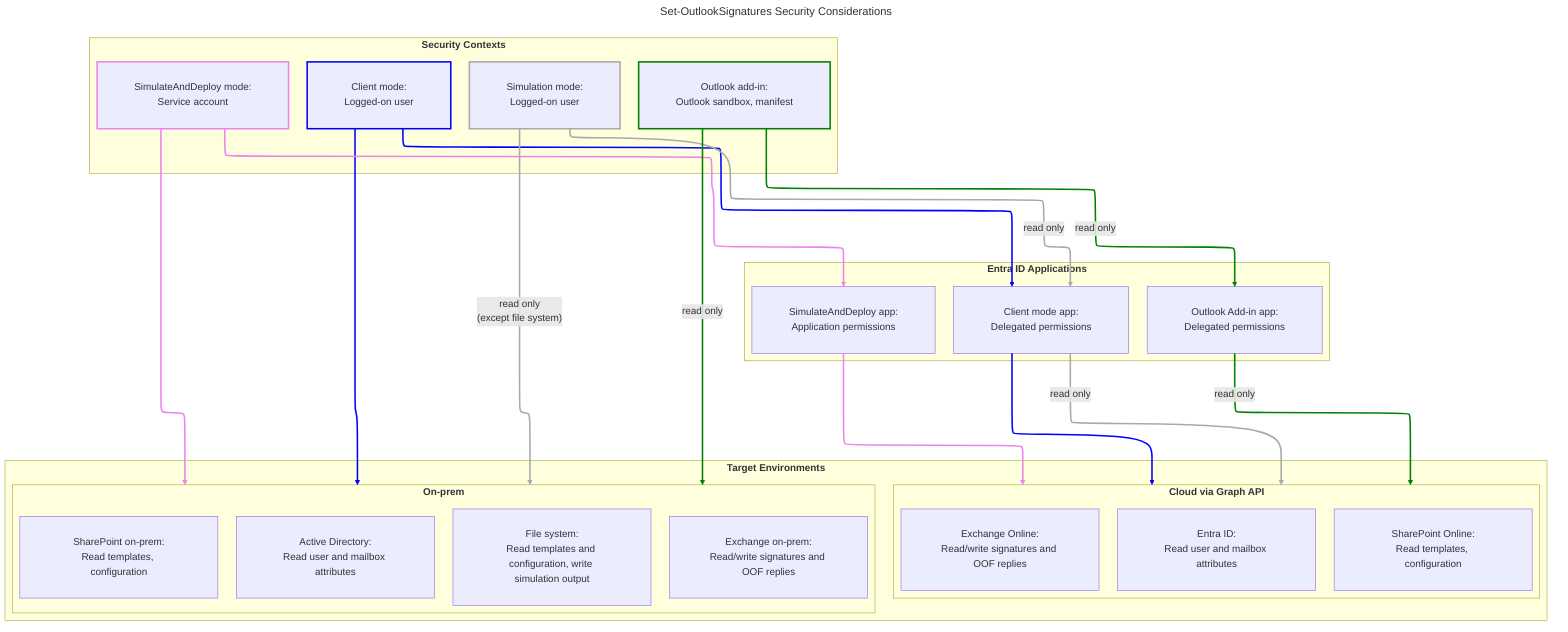
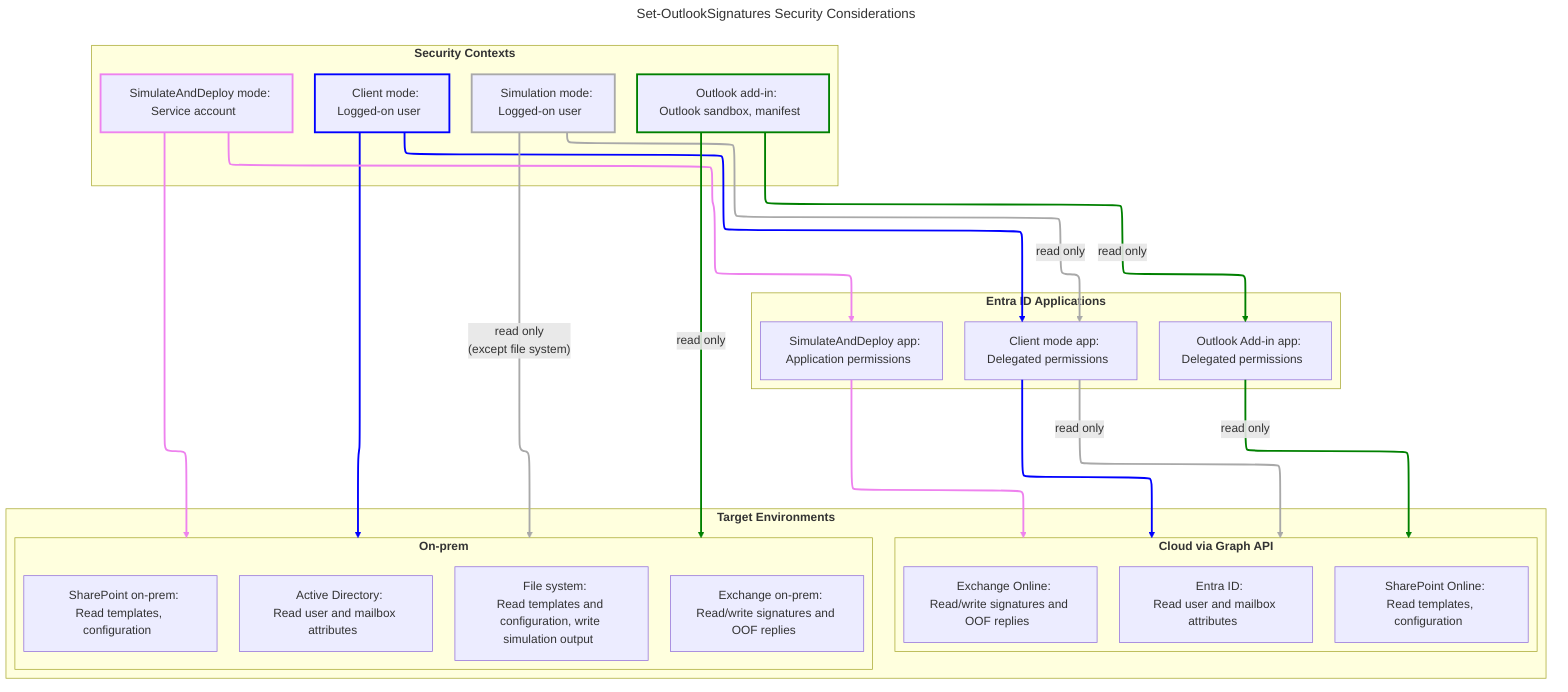
---
title: Set-OutlookSignatures Security Considerations
config:
  layout: elk
-   flowchart:
-     padding: 30
---
flowchart TB
-   subgraph Contexts ["<b>Security Contexts</b>"]
-     UserCtx["Client mode:<br>Logged-on user"]
-     SimulateCtx["Simulation mode:<br>Logged-on user"]
-     SvcCtx["SimulateAndDeploy mode:<br>Service account"]
-     AddInCtx["Outlook add-in:<br>Outlook sandbox, manifest"]
+   subgraph Contexts ["&nbsp;&nbsp;<b>Security Contexts</b>&nbsp;&nbsp;"]
+     UserCtx["&nbsp;&nbsp;Client mode:<br>Logged-on user&nbsp;&nbsp;"]
+     SimulateCtx["&nbsp;&nbsp;Simulation mode:<br>Logged-on user&nbsp;&nbsp;"]
+     SvcCtx["&nbsp;&nbsp;SimulateAndDeploy mode:<br>Service account&nbsp;&nbsp;"]
+     AddInCtx["&nbsp;&nbsp;Outlook add-in:<br>Outlook sandbox, manifest&nbsp;&nbsp;"]
  end

-   subgraph EntraApps ["<b>Entra ID Applications</b>"]
-     ClientApp["Client mode app:<br>Delegated permissions"]
-     DeployApp["SimulateAndDeploy app:<br>Application permissions"]
-     AddInApp["Outlook Add-in app:<br>Delegated permissions"]
+   subgraph EntraApps ["&nbsp;&nbsp;<b>Entra ID Applications</b>&nbsp;&nbsp;"]
+     ClientApp["&nbsp;&nbsp;Client mode app:<br>Delegated permissions&nbsp;&nbsp;"]
+     DeployApp["&nbsp;&nbsp;SimulateAndDeploy app:<br>Application permissions&nbsp;&nbsp;"]
+     AddInApp["&nbsp;&nbsp;Outlook Add-in app:<br>Delegated permissions&nbsp;&nbsp;"]
  end

-   subgraph Targets ["<b>Target Environments</b>"]
-     subgraph onprem ["<b>On-prem</b>"]
-       ActiveDirectory["Active Directory:<br>Read user and mailbox attributes"]
-       File["File system:<br>Read templates and configuration, write simulation output"]
-       SharePointOnprem["SharePoint on-prem:<br>Read templates, configuration"]
-       ExchangeOnprem["Exchange on-prem:<br>Read/write signatures and OOF replies"]
+   subgraph Targets ["&nbsp;&nbsp;<b>Target Environments</b>&nbsp;&nbsp;"]
+     subgraph onprem ["&nbsp;&nbsp;<b>On-prem</b>&nbsp;&nbsp;"]
+       ActiveDirectory["&nbsp;&nbsp;Active Directory:<br>Read user and mailbox attributes&nbsp;&nbsp;"]
+       File["&nbsp;&nbsp;File system:<br>Read templates and configuration, write simulation output&nbsp;&nbsp;"]
+       SharePointOnprem["&nbsp;&nbsp;SharePoint on-prem:<br>Read templates, configuration&nbsp;&nbsp;"]
+       ExchangeOnprem["&nbsp;&nbsp;Exchange on-prem:<br>Read/write signatures and OOF replies&nbsp;&nbsp;"]
    end

-     subgraph cloud ["<b>Cloud via Graph API</b>"]
-       EntraID["Entra ID:<br>Read user and mailbox attributes"]
-       SharePointOnline["SharePoint Online:<br>Read templates, configuration"]
-       ExchangeOnline["Exchange Online:<br>Read/write signatures and OOF replies"]
+     subgraph cloud ["&nbsp;&nbsp;<b>Cloud via Graph API</b>&nbsp;&nbsp;"]
+       EntraID["&nbsp;&nbsp;Entra ID:<br>Read user and mailbox attributes&nbsp;&nbsp;"]
+       SharePointOnline["&nbsp;&nbsp;SharePoint Online:<br>Read templates, configuration&nbsp;&nbsp;"]
+       ExchangeOnline["&nbsp;&nbsp;Exchange Online:<br>Read/write signatures and OOF replies&nbsp;&nbsp;"]
    end
  end

  UserCtx --> onprem
  UserCtx --> ClientApp
  ClientApp --> cloud

  SimulateCtx --> |"read only<br>(except file system)"| onprem
  SimulateCtx --> |"read only"| ClientApp --> |"read only"| cloud

  SvcCtx --> onprem
  SvcCtx --> DeployApp
  DeployApp --> cloud

  AddInCtx --> |"read only"| AddInApp
  AddInCtx --> |"read only"| onprem
  AddInApp --> |"read only"| cloud

  style UserCtx stroke:blue,stroke-width:2.5px
  style SimulateCtx stroke:darkgrey,stroke-width:2.5px
  style SvcCtx stroke:violet,stroke-width:2.5px
  style AddInCtx stroke:green,stroke-width:2.5px

  linkStyle 0,1,2 stroke:blue, stroke-width:2.5px
  linkStyle 3,4,5 stroke:darkgrey, stroke-width:2.5px
  linkStyle 6,7,8 stroke:violet, stroke-width:2.5px
  linkStyle 9,10,11 stroke:green, stroke-width:2.5px